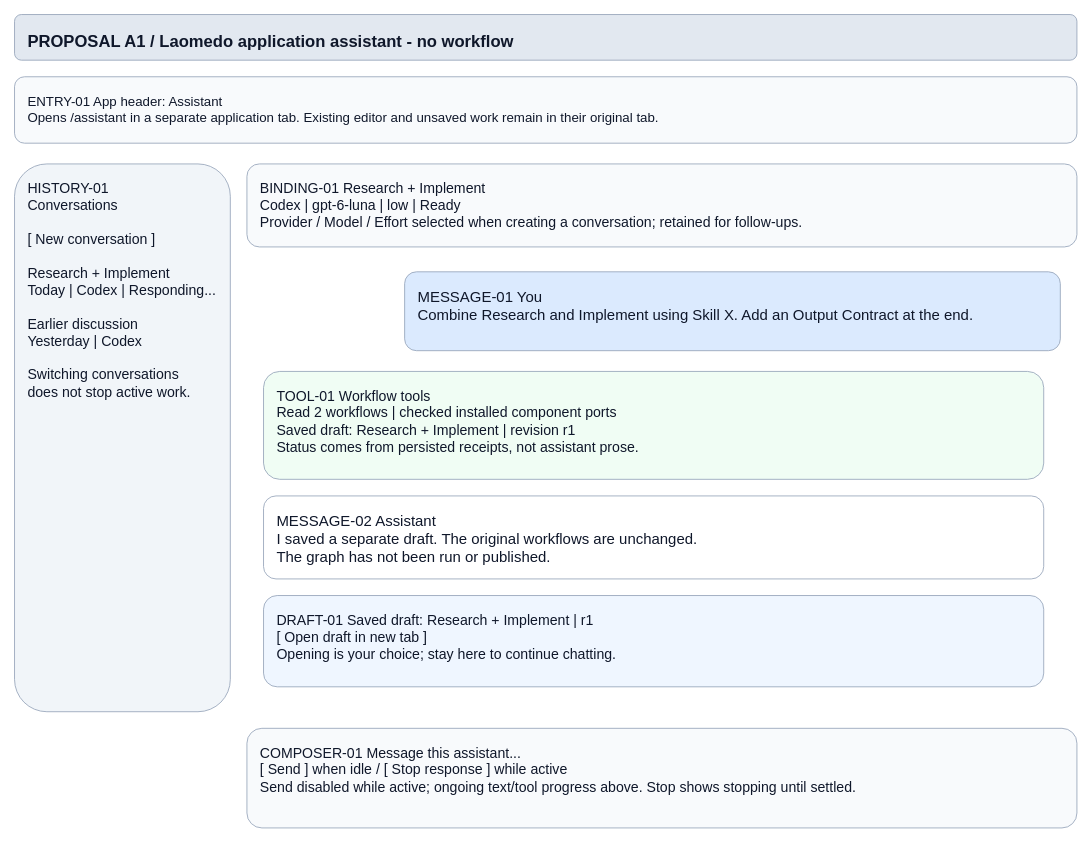
Earlier version of the draw.io diagram page "A1 - Normal persistent chat" (1 of 2) of projects/laomedo/subsystems/agent-execution/design/application-assistant.drawio (amadou-6e/specs). Source tidied: cells renumbered, new cells numbered last; positions are measured from the earlier drawing's top-left corner, leaving out a move shared by most shapes. Both pictures are drawn from the tidied source at 83%, with x=0, y=0 at pixel (14, 14).
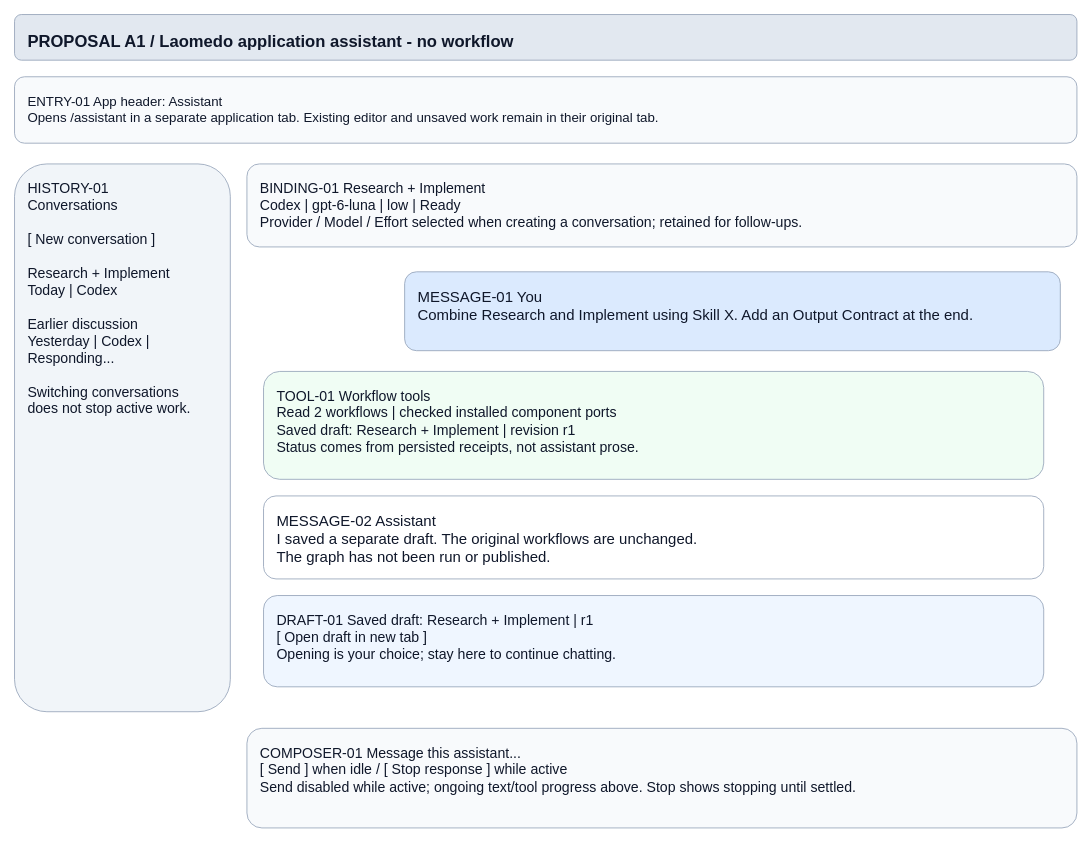
The same page after the edit.

Commit message:
docs: mark the background conversation as active

Diff of the diagram source:
```diff
@@
 <mxGraphModel>
   <root>
     <mxCell id="0" />
     <mxCell id="1" parent="0" />
     <mxCell id="2" value="PROPOSAL A1 / Laomedo application assistant - no workflow" style="rounded=1;whiteSpace=wrap;html=0;fillColor=#e2e8f0;strokeColor=#94a3b8;fontColor=#0f172a;fontFamily=Arial;fontSize=20;align=left;verticalAlign=top;spacing=16;fontStyle=1;" parent="1" vertex="1">
       <mxGeometry width="1280" height="55" as="geometry" />
     </mxCell>
     <mxCell id="3" value="ENTRY-01  App header: Assistant&#10;Opens /assistant in a separate application tab. Existing editor and unsaved work remain in their original tab." style="rounded=1;whiteSpace=wrap;html=0;fillColor=#f8fafc;strokeColor=#94a3b8;fontColor=#0f172a;fontFamily=Arial;fontSize=16;align=left;verticalAlign=top;spacing=16;" parent="1" vertex="1">
       <mxGeometry y="75" width="1280" height="80" as="geometry" />
     </mxCell>
-    <mxCell id="4" value="HISTORY-01&#10;Conversations&#10;&#10;[ New conversation ]&#10;&#10;Research + Implement&#10;Today | Codex | Responding...&#10;&#10;Earlier discussion&#10;Yesterday | Codex&#10;&#10;Switching conversations&#10;does not stop active work." style="rounded=1;whiteSpace=wrap;html=0;fillColor=#f1f5f9;strokeColor=#94a3b8;fontColor=#0f172a;fontFamily=Arial;fontSize=17;align=left;verticalAlign=top;spacing=16;" parent="1" vertex="1">
+    <mxCell id="4" value="HISTORY-01&#10;Conversations&#10;&#10;[ New conversation ]&#10;&#10;Research + Implement&#10;Today | Codex&#10;&#10;Earlier discussion&#10;Yesterday | Codex | Responding...&#10;&#10;Switching conversations&#10;does not stop active work." style="rounded=1;whiteSpace=wrap;html=0;fillColor=#f1f5f9;strokeColor=#94a3b8;fontColor=#0f172a;fontFamily=Arial;fontSize=17;align=left;verticalAlign=top;spacing=16;" parent="1" vertex="1">
       <mxGeometry y="180" width="260" height="660" as="geometry" />
     </mxCell>
     <mxCell id="5" value="BINDING-01  Research + Implement&#10;Codex | gpt-6-luna | low  |  Ready&#10;Provider / Model / Effort selected when creating a conversation; retained for follow-ups." style="rounded=1;whiteSpace=wrap;html=0;fillColor=#f8fafc;strokeColor=#94a3b8;fontColor=#0f172a;fontFamily=Arial;fontSize=17;align=left;verticalAlign=top;spacing=16;" parent="1" vertex="1">
       <mxGeometry x="280" y="180" width="1000" height="100" as="geometry" />
     </mxCell>
     <mxCell id="6" value="MESSAGE-01  You&#10;Combine Research and Implement using Skill X. Add an Output Contract at the end." style="rounded=1;whiteSpace=wrap;html=0;fillColor=#dbeafe;strokeColor=#94a3b8;fontColor=#0f172a;fontFamily=Arial;fontSize=18;align=left;verticalAlign=top;spacing=16;" parent="1" vertex="1">
       <mxGeometry x="470" y="310" width="790" height="95" as="geometry" />
     </mxCell>
     <mxCell id="7" value="TOOL-01  Workflow tools&#10;Read 2 workflows | checked installed component ports&#10;Saved draft: Research + Implement | revision r1&#10;Status comes from persisted receipts, not assistant prose." style="rounded=1;whiteSpace=wrap;html=0;fillColor=#f0fdf4;strokeColor=#94a3b8;fontColor=#0f172a;fontFamily=Arial;fontSize=17;align=left;verticalAlign=top;spacing=16;" parent="1" vertex="1">
       <mxGeometry x="300" y="430" width="940" height="130" as="geometry" />
     </mxCell>
     <mxCell id="8" value="MESSAGE-02  Assistant&#10;I saved a separate draft. The original workflows are unchanged.&#10;The graph has not been run or published." style="rounded=1;whiteSpace=wrap;html=0;fillColor=#ffffff;strokeColor=#94a3b8;fontColor=#0f172a;fontFamily=Arial;fontSize=18;align=left;verticalAlign=top;spacing=16;" parent="1" vertex="1">
       <mxGeometry x="300" y="580" width="940" height="100" as="geometry" />
     </mxCell>
     <mxCell id="9" value="DRAFT-01  Saved draft: Research + Implement | r1&#10;[ Open draft in new tab ]&#10;Opening is your choice; stay here to continue chatting." style="rounded=1;whiteSpace=wrap;html=0;fillColor=#eff6ff;strokeColor=#94a3b8;fontColor=#0f172a;fontFamily=Arial;fontSize=17;align=left;verticalAlign=top;spacing=16;" parent="1" vertex="1">
       <mxGeometry x="300" y="700" width="940" height="110" as="geometry" />
     </mxCell>
     <mxCell id="10" value="COMPOSER-01  Message this assistant...&#10;[ Send ] when idle   /   [ Stop response ] while active&#10;Send disabled while active; ongoing text/tool progress above. Stop shows stopping until settled." style="rounded=1;whiteSpace=wrap;html=0;fillColor=#f8fafc;strokeColor=#94a3b8;fontColor=#0f172a;fontFamily=Arial;fontSize=17;align=left;verticalAlign=top;spacing=16;" parent="1" vertex="1">
       <mxGeometry x="280" y="860" width="1000" height="120" as="geometry" />
     </mxCell>
   </root>
 </mxGraphModel>
```
